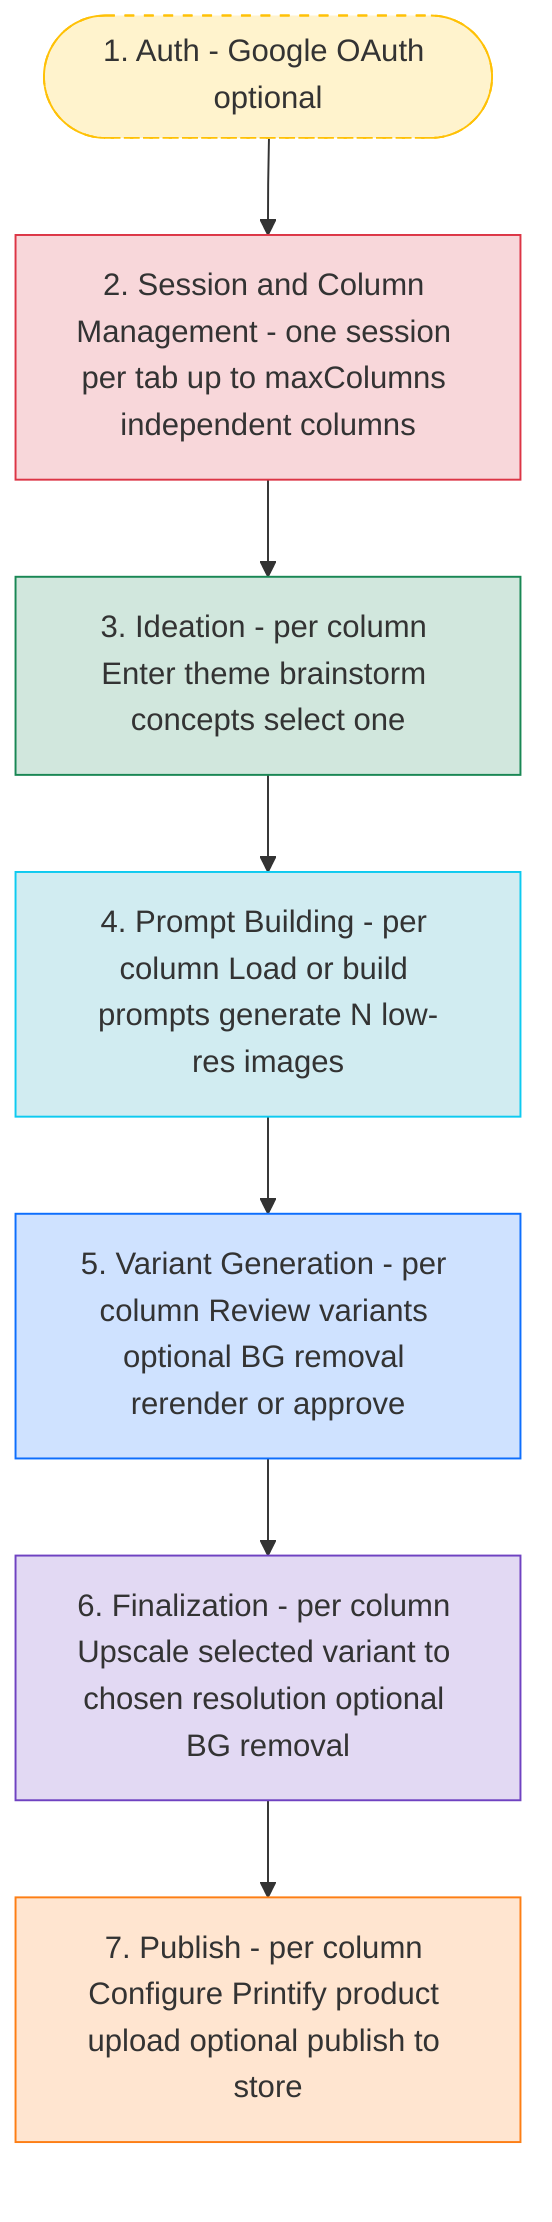
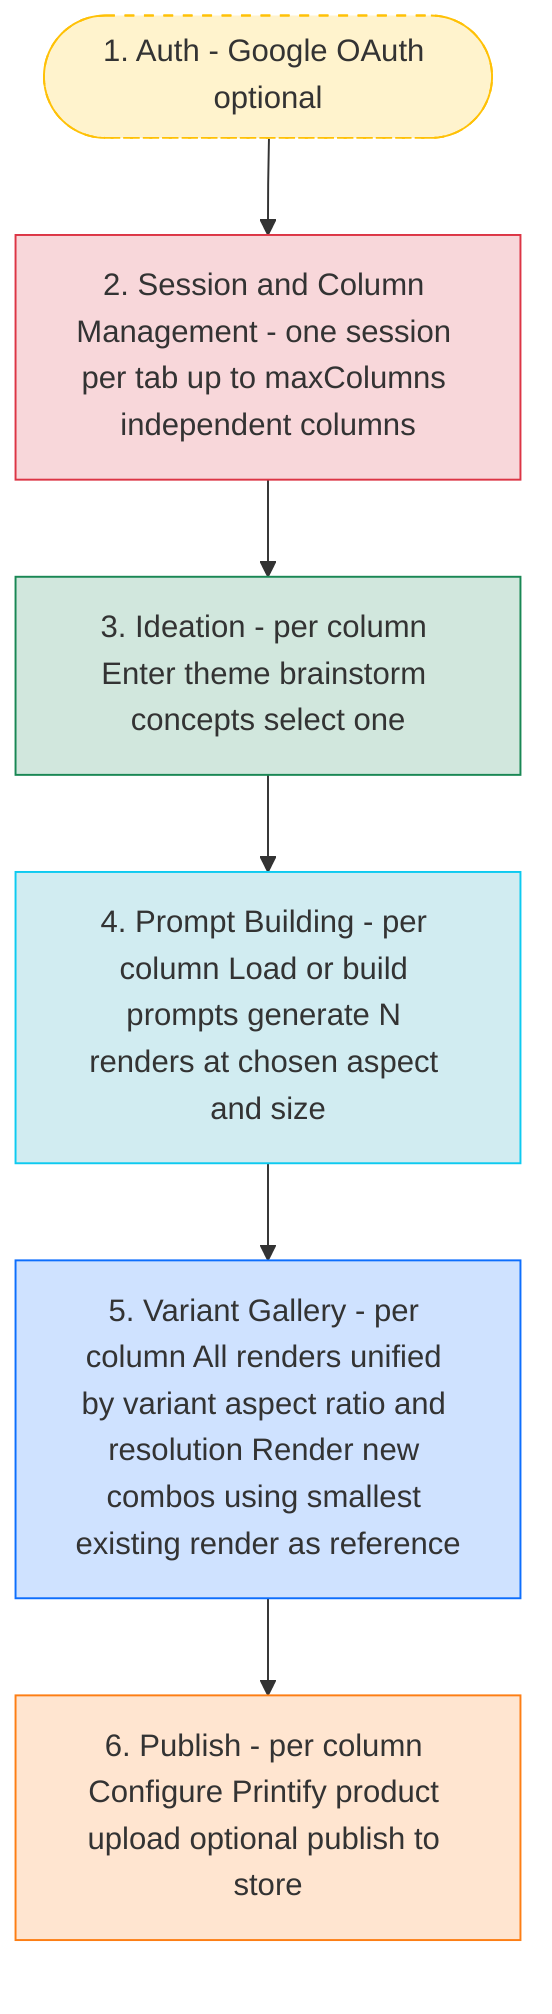
graph TD
    Auth([1. Auth - Google OAuth optional])
    ColMgmt[2. Session and Column Management - one session per tab up to maxColumns independent columns]
    Ideation[3. Ideation - per column Enter theme brainstorm concepts select one]
-     PromptBuild[4. Prompt Building - per column Load or build prompts generate N low-res images]
-     Variants[5. Variant Generation - per column Review variants optional BG removal rerender or approve]
-     Finalize[6. Finalization - per column Upscale selected variant to chosen resolution optional BG removal]
-     Publish[7. Publish - per column Configure Printify product upload optional publish to store]
+     PromptBuild[4. Prompt Building - per column Load or build prompts generate N renders at chosen aspect and size]
+     Variants[5. Variant Gallery - per column All renders unified by variant aspect ratio and resolution Render new combos using smallest existing render as reference]
+     Publish[6. Publish - per column Configure Printify product upload optional publish to store]

    Auth --> ColMgmt
    ColMgmt --> Ideation
    Ideation --> PromptBuild
    PromptBuild --> Variants
-     Variants --> Finalize
-     Finalize --> Publish
+     Variants --> Publish

    style Auth fill:#fff3cd,stroke:#ffc107,stroke-dasharray: 5 5
    style ColMgmt fill:#f8d7da,stroke:#dc3545
    style Ideation fill:#d1e7dd,stroke:#198754
    style PromptBuild fill:#d1ecf1,stroke:#0dcaf0
    style Variants fill:#cfe2ff,stroke:#0d6efd
-     style Finalize fill:#e2d9f3,stroke:#6f42c1
    style Publish fill:#ffe5d0,stroke:#fd7e14
